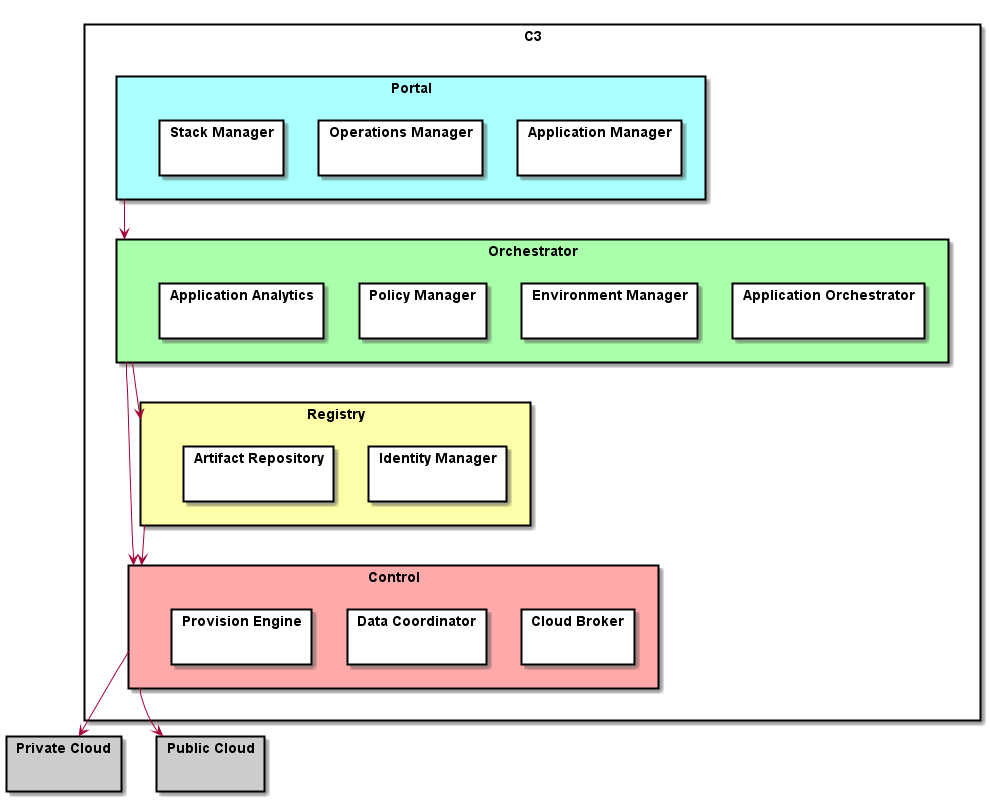
This is docs/Architecture.png from CAADE/C3, a PlantUML export, as it was before one commit.
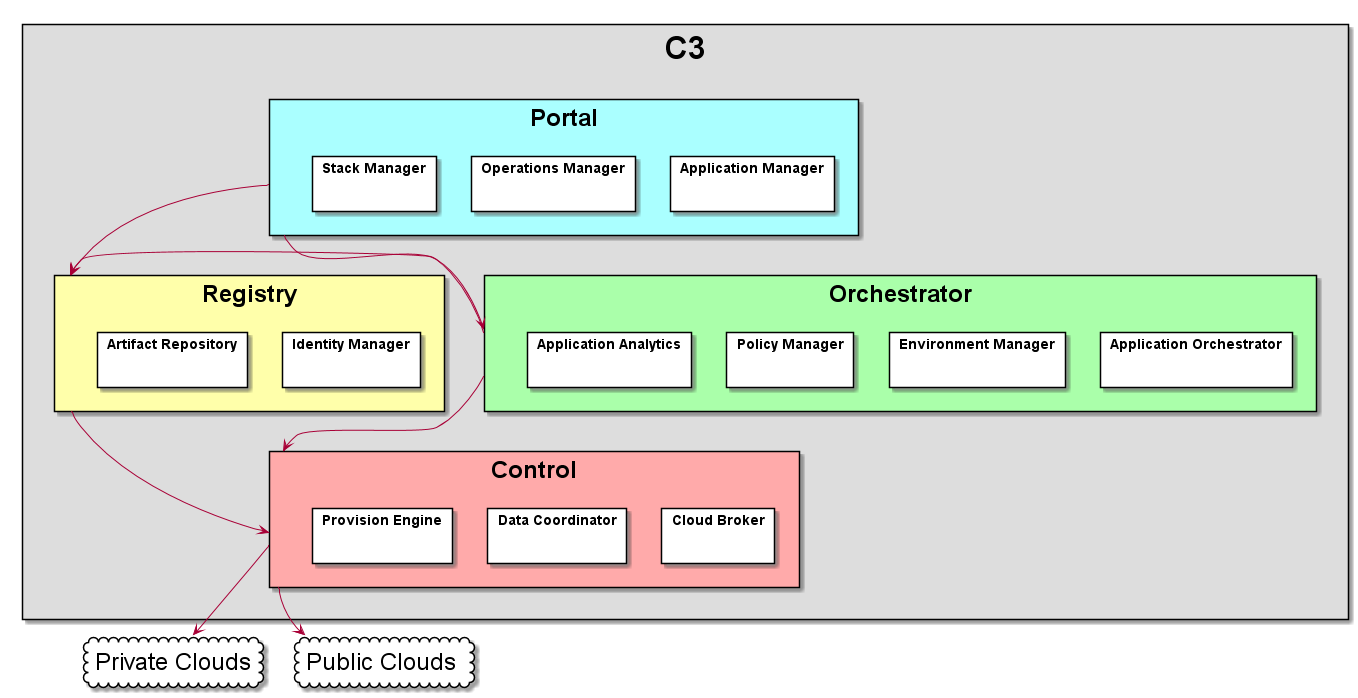
After the change.

The edit, as a diff of the source:
```diff
@@ -2,43 +2,43 @@
 
 skinparam packageStyle rect
 
-package C3 {
-package "Portal" #aaffff {
-    package "Application Manager" { }
-    package "Operations Manager" { }
-    package "Stack Manager" { }
-}
-package "Orchestrator" #aaffaa {
-    package "Application Orchestrator" { }
-    package "Environment Manager" { }
-    package "Policy Manager" { }
-    package "Application Analytics" { }
-}
-package "Registry" #ffffaa {
-    package "Identity Manager" { }
-    package "Artifact Repository" { }
+package <size:32>C3</size> #dddddd {
+    package "<size:24>Portal</size>" as P #aaffff {
+        package "Application Manager" { }
+        package "Operations Manager" { }
+        package "Stack Manager" { }
+    }
+    package "<size:24>Orchestrator</size>" as O #aaffaa {
+        package "Application Orchestrator" { }
+        package "Environment Manager" { }
+        package "Policy Manager" { }
+        package "Application Analytics" { }
+    }
+    package "<size:24>Registry</size>" as R #ffffaa {
+        package "Identity Manager" { }
+        package "Artifact Repository" { }
+    }
+
+    package "<size:24>Control</size>" as C #ffaaaa {
+        package "Cloud Broker" { }
+        package "Data Coordinator" { }
+        package "Provision Engine" { }
+    }
 }
 
-package "Control" #ffaaaa {
-    package "Cloud Broker" { }
-    package "Data Coordinator" { }
-    package "Provision Engine" { }
-}
+cloud "<size:24>Private Clouds</size>" as Private #ffffff {
 }
 
-package "Private Cloud" #cccccc {
+cloud "<size:24>Public Clouds</size>" as Public #ffffff {
 }
 
-package "Public Cloud"  #cccccc {
-}
+P --> O
+P -> R
+O -> R
+R --> C
+O --> C
 
-
-Portal --> Orchestrator
-Orchestrator --> Registry
-Registry --> Control
-Orchestrator -> Control
-
-Control --> "Private Cloud"
-Control --> "Public Cloud"
+C --> Private
+C --> Public
 
 @enduml
```
